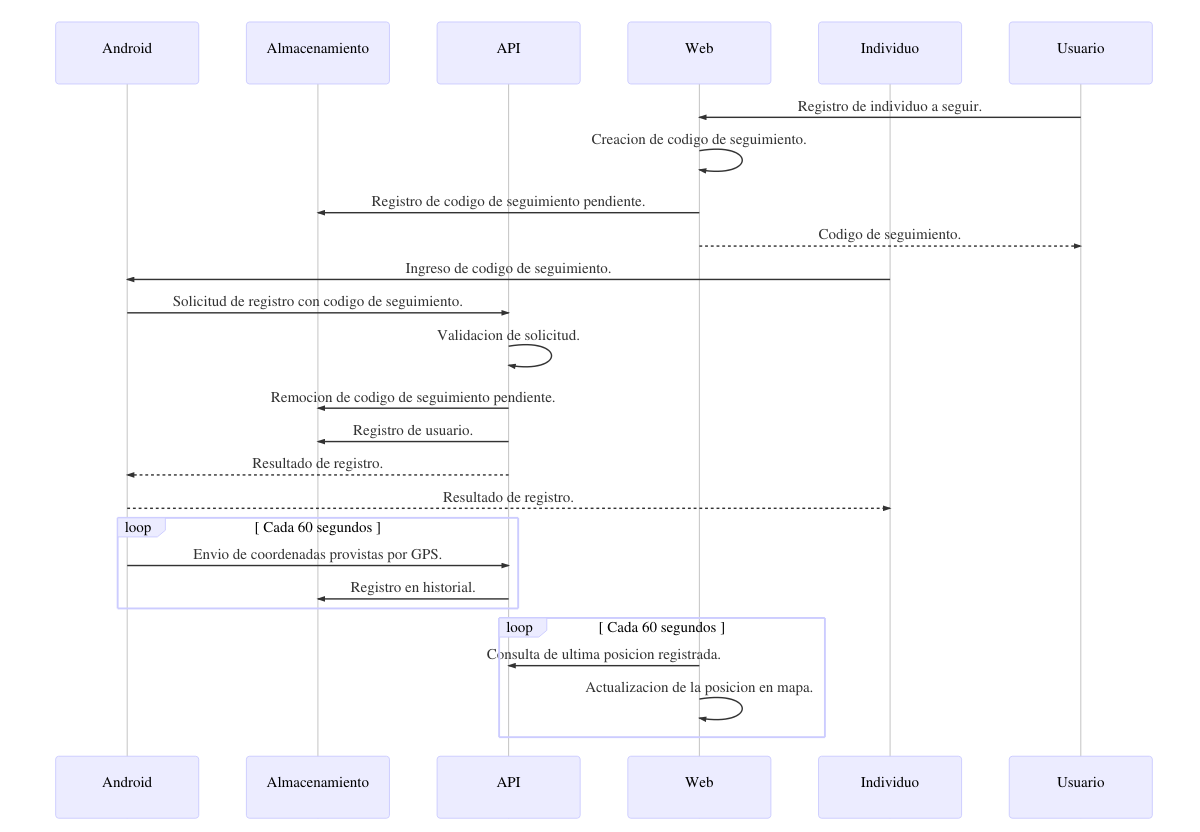
ariel17/xy keeps this Mermaid diagram as docs/sequence.mmd.png. Above is the earlier version. Its source is kept beside it as docs/sequence.mmd. Its diagram source:
```mermaid
sequenceDiagram
    participant Android
    participant Almacenamiento
    participant API
    participant Web
    participant Individuo
    participant Usuario

    Usuario ->> Web: Registro de individuo a seguir.
    Web ->> Web: Creacion de codigo de seguimiento.
    Web ->> Almacenamiento: Registro de codigo de seguimiento pendiente.
    Web -->> Usuario: Codigo de seguimiento.

    Individuo ->> Android: Ingreso de codigo de seguimiento.
    Android ->> API: Solicitud de registro con codigo de seguimiento.
    API ->> API: Validacion de solicitud.
    API ->> Almacenamiento: Remocion de codigo de seguimiento pendiente.
    API ->> Almacenamiento: Registro de usuario.
    API -->> Android: Resultado de registro.
    Android -->> Individuo: Resultado de registro.

    loop Cada 60 segundos
        Android ->> API: Envio de coordenadas provistas por GPS.
        API ->> Almacenamiento: Registro en historial.
    end

    loop Cada 60 segundos
        Web ->> API: Consulta de ultima posicion registrada.
        Web ->> Web: Actualizacion de la posicion en mapa.
    end
```
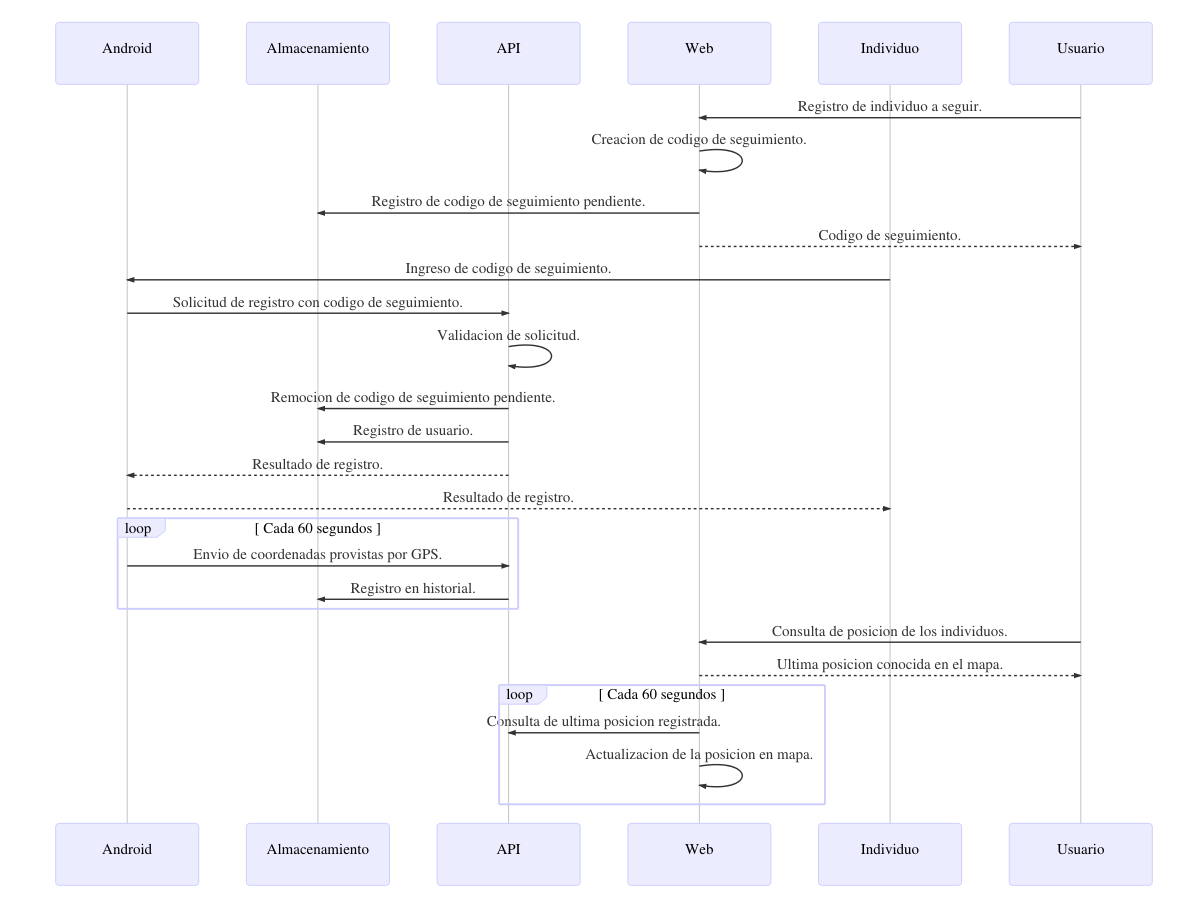
The same file after the commit.

The edit, as a diff of the source:
```diff
@@ -24,6 +24,8 @@
         API ->> Almacenamiento: Registro en historial.
     end
 
+    Usuario ->> Web: Consulta de posicion de los individuos.
+    Web -->> Usuario: Ultima posicion conocida en el mapa.
     loop Cada 60 segundos
         Web ->> API: Consulta de ultima posicion registrada.
         Web ->> Web: Actualizacion de la posicion en mapa.
```
